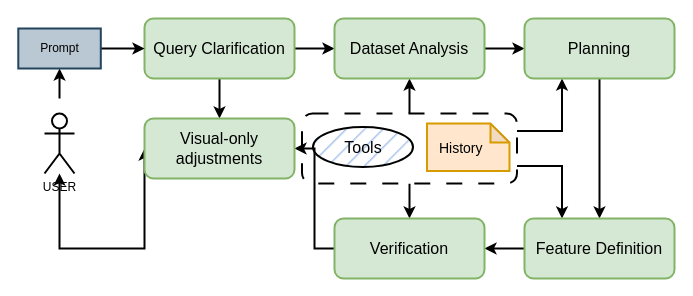
The draw.io diagram grivapp_agent.drawio in viniciusrpb/drawio_flowcharts, before the edit. Source tidied: cells renumbered, new cells numbered last; positions are measured from the earlier drawing's top-left corner, leaving out a move shared by most shapes. Both pictures are drawn from the tidied source at 100%, with x=0, y=0 at pixel (18, 18).
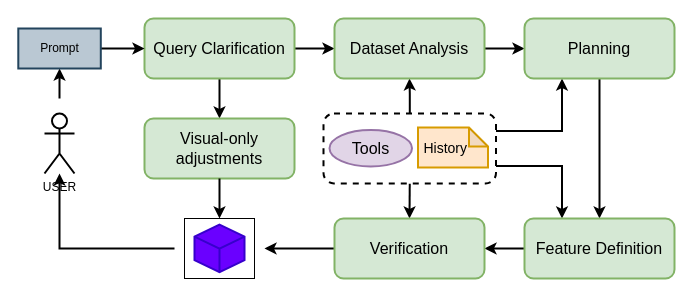
After the change.

The change refers to these unchanged cells:
```xml
<mxCell id="9" value="USER" style="shape=umlActor;verticalLabelPosition=bottom;verticalAlign=top;html=1;outlineConnect=0;labelPerimeter=1;strokeWidth=2;" parent="1" vertex="1">
  <mxGeometry x="26" y="95" width="30" height="60" as="geometry" />
</mxCell>
<mxCell id="12" value="Query Clarification" style="rounded=1;whiteSpace=wrap;html=1;roundedPerimeter=1;fontSize=16;strokeWidth=2;fillColor=#d5e8d4;strokeColor=#82b366;" parent="1" vertex="1">
  <mxGeometry x="126" width="150" height="60" as="geometry" />
</mxCell>
<mxCell id="22" value="Verification" style="rounded=1;whiteSpace=wrap;html=1;roundedPerimeter=1;fontSize=16;strokeWidth=2;fillColor=#d5e8d4;strokeColor=#82b366;" parent="1" vertex="1">
  <mxGeometry x="316" y="200" width="150" height="60" as="geometry" />
</mxCell>
<mxCell id="23" value="Visual-only adjustments" style="rounded=1;whiteSpace=wrap;html=1;roundedPerimeter=1;fontSize=16;strokeWidth=2;fillColor=#d5e8d4;strokeColor=#82b366;" parent="1" vertex="1">
  <mxGeometry x="126" y="100" width="150" height="60" as="geometry" />
</mxCell>
```

The edit, as a diff of the source:
```diff
@@
+    <mxCell id="26" style="rounded=0;whiteSpace=wrap;html=1;" parent="1" vertex="1">
+      <mxGeometry x="166" y="200" width="70" height="60" as="geometry" />
+    </mxCell>
@@
-    <mxCell id="6" style="rounded=1;whiteSpace=wrap;html=1;roundedPerimeter=1;dashed=1;dashPattern=8 8;strokeWidth=2;" parent="1" vertex="1">
-      <mxGeometry x="283.5" y="95" width="215" height="70" as="geometry" />
+    <mxCell id="6" style="rounded=1;whiteSpace=wrap;html=1;roundedPerimeter=1;dashed=1;strokeWidth=2;" parent="1" vertex="1">
+      <mxGeometry x="305" y="95" width="172.5" height="70" as="geometry" />
     </mxCell>
-    <mxCell id="7" style="edgeStyle=orthogonalEdgeStyle;rounded=0;jettySize=auto;html=1;entryX=0;entryY=0.5;entryDx=0;entryDy=0;defaultLabelBackgroundColor=gap;strokeWidth=2;startArrow=classic;startFill=1;" parent="1" edge="1" source="9" target="23">
-      <mxGeometry x="-0.04" relative="1" as="geometry">
+    <mxCell id="7" style="edgeStyle=orthogonalEdgeStyle;rounded=0;jettySize=auto;html=1;defaultLabelBackgroundColor=gap;strokeWidth=2;startArrow=classic;startFill=1;endArrow=none;endFill=0;" parent="1" edge="1" source="9">
+      <mxGeometry x="0.31" relative="1" as="geometry">
+        <mxPoint x="156" y="230" as="targetPoint" />
         <Array as="points">
           <mxPoint x="41" y="230" />
+          <mxPoint x="126" y="230" />
         </Array>
       </mxGeometry>
     </mxCell>
@@
-    <mxCell id="11" style="edgeStyle=orthogonalEdgeStyle;rounded=0;jettySize=auto;html=1;defaultLabelBackgroundColor=gap;strokeWidth=2;" parent="1" edge="1" source="12" target="23">
+    <mxCell id="11" style="edgeStyle=orthogonalEdgeStyle;rounded=0;jettySize=auto;html=1;defaultLabelBackgroundColor=gap;strokeWidth=2;startArrow=none;startFill=0;endArrow=classic;endFill=1;" parent="1" edge="1" source="12" target="23">
       <mxGeometry relative="1" as="geometry" />
     </mxCell>
@@
-    <mxCell id="21" style="edgeStyle=orthogonalEdgeStyle;rounded=0;jettySize=auto;html=1;entryX=1;entryY=0.5;entryDx=0;entryDy=0;defaultLabelBackgroundColor=gap;strokeWidth=2;" parent="1" edge="1" source="22" target="23">
-      <mxGeometry relative="1" as="geometry" />
-    </mxCell>
+    <mxCell id="27" style="edgeStyle=orthogonalEdgeStyle;rounded=0;jettySize=auto;html=1;defaultLabelBackgroundColor=page;strokeWidth=2;" parent="1" edge="1" source="22">
+      <mxGeometry relative="1" as="geometry">
+        <mxPoint x="246" y="230" as="targetPoint" />
+      </mxGeometry>
+    </mxCell>
@@
-    <mxCell id="24" value="Tools" style="ellipse;whiteSpace=wrap;html=1;shapeInside=1;fontSize=16;fillStyle=hatch;fillColor=#A9C4EB;strokeWidth=2;" parent="1" vertex="1">
-      <mxGeometry x="294.5" y="108.5" width="100" height="40" as="geometry" />
+    <mxCell id="24" value="Tools" style="ellipse;whiteSpace=wrap;html=1;shapeInside=1;fontSize=16;fillStyle=solid;fillColor=#e1d5e7;strokeWidth=2;strokeColor=#9673a6;" parent="1" vertex="1">
+      <mxGeometry x="311" y="111.5" width="82.5" height="36.5" as="geometry" />
     </mxCell>
     <mxCell id="25" value="&lt;font style=&quot;font-size: 14px;&quot;&gt;History&amp;nbsp; &amp;nbsp;&amp;nbsp;&lt;/font&gt;" style="shape=note;whiteSpace=wrap;html=1;backgroundOutline=1;darkOpacity=0.05;fontSize=16;size=19;fillColor=#ffe6cc;strokeColor=#d79b00;fillStyle=auto;strokeWidth=2;" parent="1" vertex="1">
-      <mxGeometry x="408.5" y="105" width="82.5" height="47.5" as="geometry" />
+      <mxGeometry x="399.5" y="109" width="70" height="40" as="geometry" />
     </mxCell>
+    <mxCell id="28" style="html=1;whiteSpace=wrap;shape=isoCube2;backgroundOutline=1;isoAngle=15;fillColor=#6a00ff;strokeColor=#3700CC;strokeWidth=2;fontColor=#ffffff;" parent="1" vertex="1">
+      <mxGeometry x="176" y="206.2" width="50" height="47.5" as="geometry" />
+    </mxCell>
+    <mxCell id="29" style="edgeStyle=orthogonalEdgeStyle;rounded=0;jettySize=auto;html=1;defaultLabelBackgroundColor=page;strokeWidth=2;" parent="1" edge="1" source="23">
+      <mxGeometry relative="1" as="geometry">
+        <mxPoint x="201" y="200" as="targetPoint" />
+      </mxGeometry>
+    </mxCell>
```
